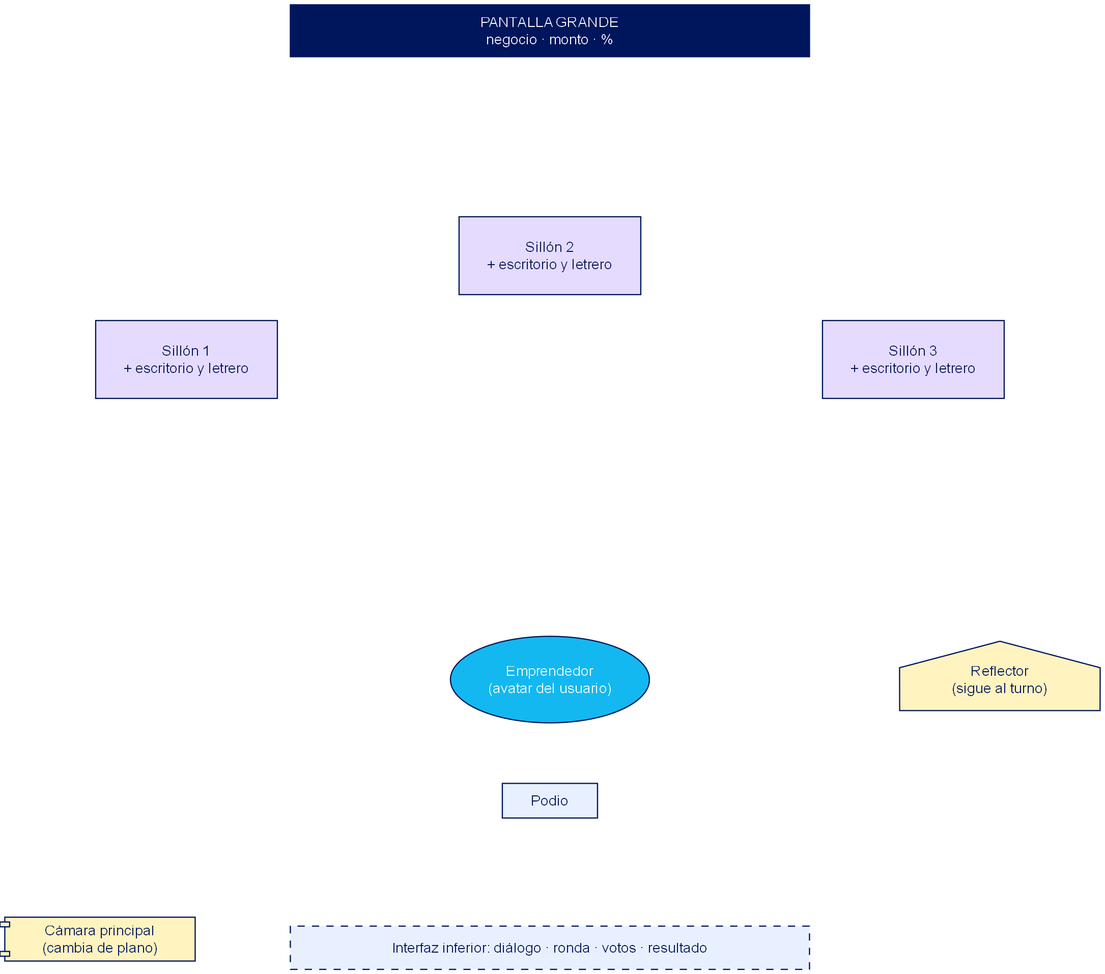
The Graphviz diagram docs/figuras/f04_boceto_escena.png in albertolopezb/NeuralHub, before a commit. Its source is kept beside it as docs/figuras/f04_boceto_escena.dot. Its diagram source:
```dot
graph G{ bgcolor=white; node[fontname="Helvetica",fontsize=12,color="#00165C",fontcolor="#00165C",style="filled",fillcolor="#E8F0FF",shape=box]; edge[style=invis];
panta[label="PANTALLA GRANDE
negocio · monto · %",pos="0,9!",width=6,height=.6,fillcolor="#00165C",fontcolor=white];
s1[label="Sillón 1
+ escritorio y letrero",pos="-4.2,5.2!",width=2.1,height=.9,fillcolor="#E5DBFF"];
s2[label="Sillón 2
+ escritorio y letrero",pos="0,6.4!",width=2.1,height=.9,fillcolor="#E5DBFF"];
s3[label="Sillón 3
+ escritorio y letrero",pos="4.2,5.2!",width=2.1,height=.9,fillcolor="#E5DBFF"];
emp[label="Emprendedor
(avatar del usuario)",pos="0,1.5!",shape=ellipse,width=2.3,height=1.0,fillcolor="#13B8F0",fontcolor=white];
pod[label="Podio",pos="0,0.1!",width=1.1,height=.4];
cam[label="Cámara principal
(cambia de plano)",pos="-5.2,-1.5!",shape=component,width=2.2,fillcolor="#FFF3BF"];
ref[label="Reflector
(sigue al turno)",pos="5.2,1.5!",shape=house,width=1.8,fillcolor="#FFF3BF"];
ui[label="Interfaz inferior: diálogo · ronda · votos · resultado",pos="0,-1.6!",width=6,height=.5,fillcolor="#E8F0FF",style="dashed,filled"];
}
```
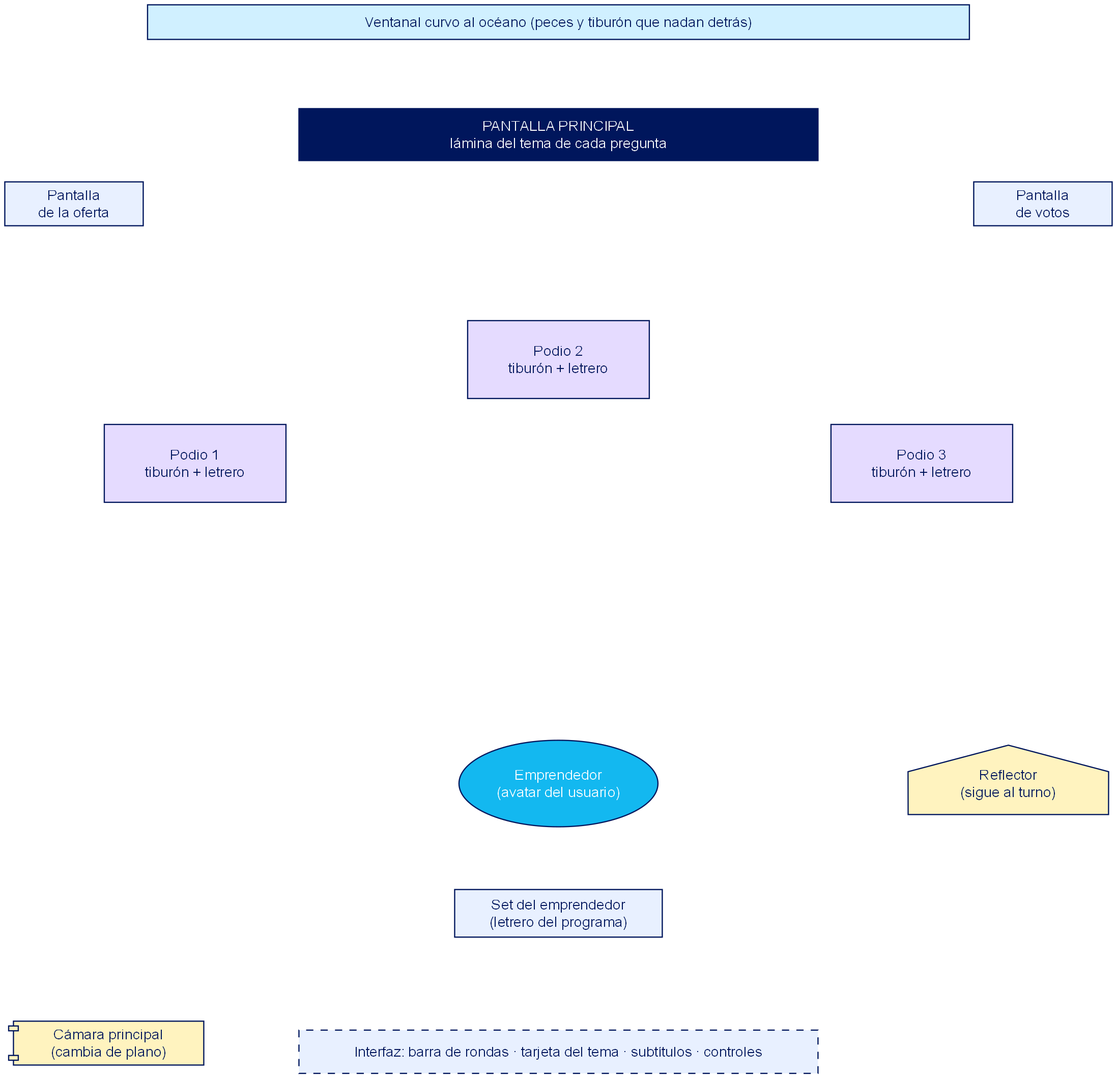
The same file after the commit.

Change to the diagram source:
```diff
@@ -1,18 +1,24 @@
 graph G{ bgcolor=white; node[fontname="Helvetica",fontsize=12,color="#00165C",fontcolor="#00165C",style="filled",fillcolor="#E8F0FF",shape=box]; edge[style=invis];
-panta[label="PANTALLA GRANDE
-negocio · monto · %",pos="0,9!",width=6,height=.6,fillcolor="#00165C",fontcolor=white];
-s1[label="Sillón 1
-+ escritorio y letrero",pos="-4.2,5.2!",width=2.1,height=.9,fillcolor="#E5DBFF"];
-s2[label="Sillón 2
-+ escritorio y letrero",pos="0,6.4!",width=2.1,height=.9,fillcolor="#E5DBFF"];
-s3[label="Sillón 3
-+ escritorio y letrero",pos="4.2,5.2!",width=2.1,height=.9,fillcolor="#E5DBFF"];
+panta[label="PANTALLA PRINCIPAL
+lámina del tema de cada pregunta",pos="0,9!",width=6,height=.6,fillcolor="#00165C",fontcolor=white];
+s1[label="Podio 1
+tiburón + letrero",pos="-4.2,5.2!",width=2.1,height=.9,fillcolor="#E5DBFF"];
+s2[label="Podio 2
+tiburón + letrero",pos="0,6.4!",width=2.1,height=.9,fillcolor="#E5DBFF"];
+s3[label="Podio 3
+tiburón + letrero",pos="4.2,5.2!",width=2.1,height=.9,fillcolor="#E5DBFF"];
 emp[label="Emprendedor
 (avatar del usuario)",pos="0,1.5!",shape=ellipse,width=2.3,height=1.0,fillcolor="#13B8F0",fontcolor=white];
-pod[label="Podio",pos="0,0.1!",width=1.1,height=.4];
+pod[label="Set del emprendedor
+(letrero del programa)",pos="0,0.0!",width=2.4,height=.55];
+ofe[label="Pantalla
+de la oferta",pos="-5.6,8.2!",width=1.6,fillcolor="#E8F0FF"];
+vot[label="Pantalla
+de votos",pos="5.6,8.2!",width=1.6,fillcolor="#E8F0FF"];
+ven[label="Ventanal curvo al océano (peces y tiburón que nadan detrás)",pos="0,10.3!",width=9.5,height=.4,fillcolor="#D0F0FF"];
 cam[label="Cámara principal
 (cambia de plano)",pos="-5.2,-1.5!",shape=component,width=2.2,fillcolor="#FFF3BF"];
 ref[label="Reflector
 (sigue al turno)",pos="5.2,1.5!",shape=house,width=1.8,fillcolor="#FFF3BF"];
-ui[label="Interfaz inferior: diálogo · ronda · votos · resultado",pos="0,-1.6!",width=6,height=.5,fillcolor="#E8F0FF",style="dashed,filled"];
+ui[label="Interfaz: barra de rondas · tarjeta del tema · subtítulos · controles",pos="0,-1.6!",width=6,height=.5,fillcolor="#E8F0FF",style="dashed,filled"];
 }
```
